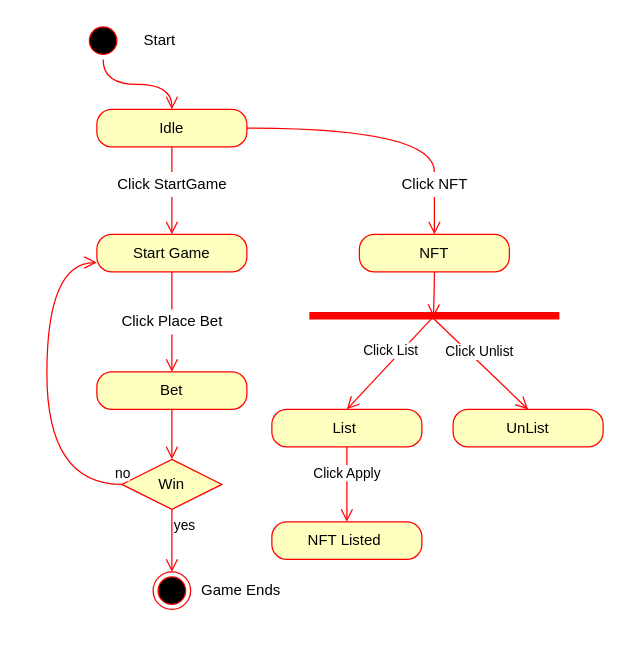
Earlier version of the draw.io diagram StateChartDiagram.drawio (atharvagangrade10/crypto). Source tidied: cells renumbered, new cells numbered last; positions are measured from the earlier drawing's top-left corner, leaving out a move shared by most shapes. Both pictures are drawn from the tidied source at 125%, with x=0, y=0 at pixel (46, 21).
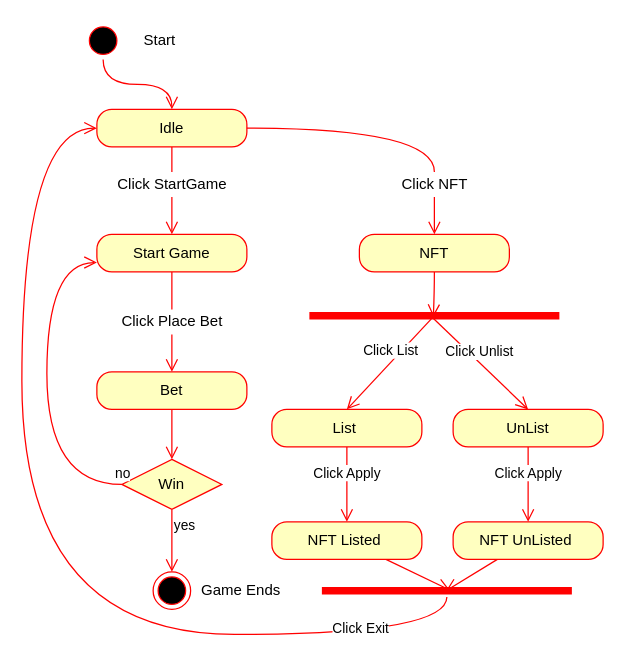
After the change.

The change refers to these unchanged cells:
```xml
<mxCell id="4" value="Idle" style="rounded=1;whiteSpace=wrap;html=1;arcSize=40;fontColor=#000000;fillColor=#ffffc0;strokeColor=#ff0000;" parent="1" vertex="1">
  <mxGeometry x="40" y="70" width="120" height="30" as="geometry" />
</mxCell>
<mxCell id="29" value="UnList" style="rounded=1;whiteSpace=wrap;html=1;arcSize=40;fontColor=#000000;fillColor=#ffffc0;strokeColor=#ff0000;" parent="1" vertex="1">
  <mxGeometry x="325" y="310" width="120" height="30" as="geometry" />
</mxCell>
<mxCell id="31" value="NFT Listed&amp;nbsp;" style="rounded=1;whiteSpace=wrap;html=1;arcSize=40;fontColor=#000000;fillColor=#ffffc0;strokeColor=#ff0000;" parent="1" vertex="1">
  <mxGeometry x="180" y="400" width="120" height="30" as="geometry" />
</mxCell>
```

Diff of the diagram source:
```diff
@@
+    <mxCell id="32" value="Click Apply" style="edgeStyle=none;rounded=0;jettySize=auto;html=1;elbow=vertical;endArrow=open;verticalAlign=bottom;strokeColor=#ff0000;endSize=8;" parent="1" edge="1" source="29" target="35">
+      <mxGeometry relative="1" as="geometry" />
+    </mxCell>
@@
+    <mxCell id="33" style="edgeStyle=none;rounded=0;jettySize=auto;html=1;entryX=0.511;entryY=0.443;entryDx=0;entryDy=0;entryPerimeter=0;elbow=vertical;endArrow=open;verticalAlign=bottom;strokeColor=#ff0000;endSize=8;" parent="1" edge="1" source="31" target="38">
+      <mxGeometry relative="1" as="geometry" />
+    </mxCell>
@@
+    <mxCell id="34" style="edgeStyle=none;rounded=0;jettySize=auto;html=1;entryX=0.497;entryY=0.5;entryDx=0;entryDy=0;entryPerimeter=0;elbow=vertical;endArrow=open;verticalAlign=bottom;strokeColor=#ff0000;endSize=8;" parent="1" edge="1" source="35" target="38">
+      <mxGeometry relative="1" as="geometry" />
+    </mxCell>
+    <mxCell id="35" value="NFT UnListed&amp;nbsp;" style="rounded=1;whiteSpace=wrap;html=1;arcSize=40;fontColor=#000000;fillColor=#ffffc0;strokeColor=#ff0000;" parent="1" vertex="1">
+      <mxGeometry x="325" y="400" width="120" height="30" as="geometry" />
+    </mxCell>
+    <mxCell id="36" style="edgeStyle=orthogonalEdgeStyle;rounded=0;jettySize=auto;html=1;elbow=vertical;endArrow=open;verticalAlign=bottom;strokeColor=#ff0000;endSize=8;entryX=0;entryY=0.5;entryDx=0;entryDy=0;curved=1;" parent="1" edge="1" source="38" target="4">
+      <mxGeometry relative="1" as="geometry">
+        <Array as="points">
+          <mxPoint x="320" y="490" />
+          <mxPoint x="-20" y="490" />
+          <mxPoint x="-20" y="85" />
+        </Array>
+      </mxGeometry>
+    </mxCell>
+    <mxCell id="37" value="Click Exit" style="edgeLabel;html=1;align=center;verticalAlign=middle;" parent="36" vertex="1">
+      <mxGeometry x="-0.76" y="-6" relative="1" as="geometry" />
+    </mxCell>
+    <mxCell id="38" style="shape=line;html=1;strokeWidth=6;strokeColor=#ff0000;" parent="1" vertex="1">
+      <mxGeometry x="220" y="450" width="200" height="10" as="geometry" />
+    </mxCell>
```
